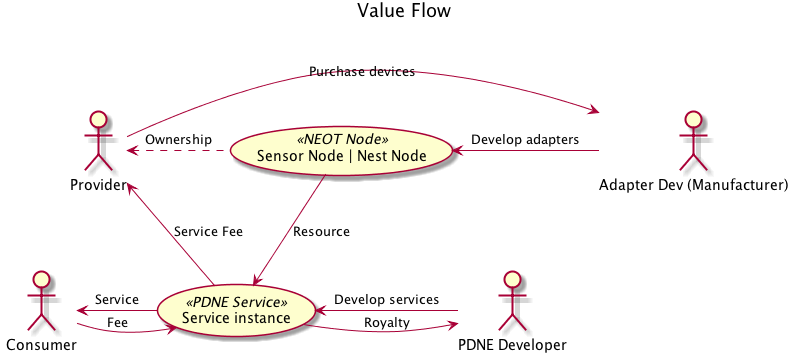
Above: PlantUML/out/Roles/ValueFlow.png in NEOCompToronto/NEOCompetition (PlantUML), before the change. The source it was exported from:
```plantuml
@startuml

title Value Flow
top to bottom direction
actor TermOwner as "Provider"
actor AdaDev as "Adapter Dev (Manufacturer)"
actor SerDev as "PDNE Developer"
actor User as "Consumer"

usecase NEOT as "Sensor Node | Nest Node" <<NEOT Node>>
usecase Service as "Service instance" << PDNE Service>>


AdaDev -left-> NEOT: Develop adapters
TermOwner -> AdaDev: Purchase devices
SerDev -> Service: Develop services

Service -right-> SerDev: Royalty
NEOT -> Service: Resource
NEOT -left..> TermOwner: Ownership
Service -up-> TermOwner: Service Fee
Service -left-> User: Service
User -> Service: Fee


@enduml
```
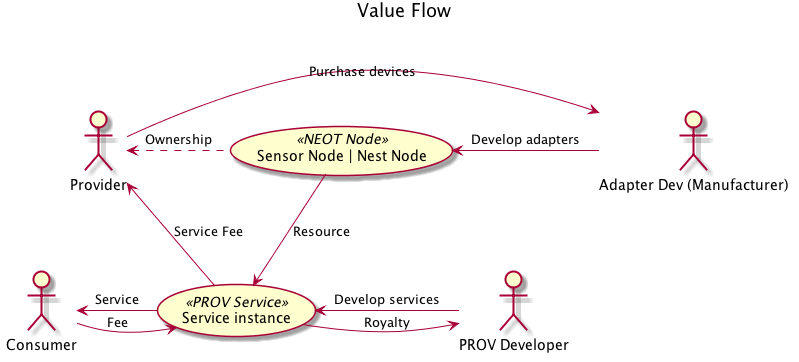
After the change.

Change to the diagram source:
```diff
@@ -4,11 +4,11 @@
 top to bottom direction
 actor TermOwner as "Provider"
 actor AdaDev as "Adapter Dev (Manufacturer)"
-actor SerDev as "PDNE Developer"
+actor SerDev as "PROV Developer"
 actor User as "Consumer"
 
 usecase NEOT as "Sensor Node | Nest Node" <<NEOT Node>>
-usecase Service as "Service instance" << PDNE Service>>
+usecase Service as "Service instance" << PROV Service>>
 
 
 AdaDev -left-> NEOT: Develop adapters
```
